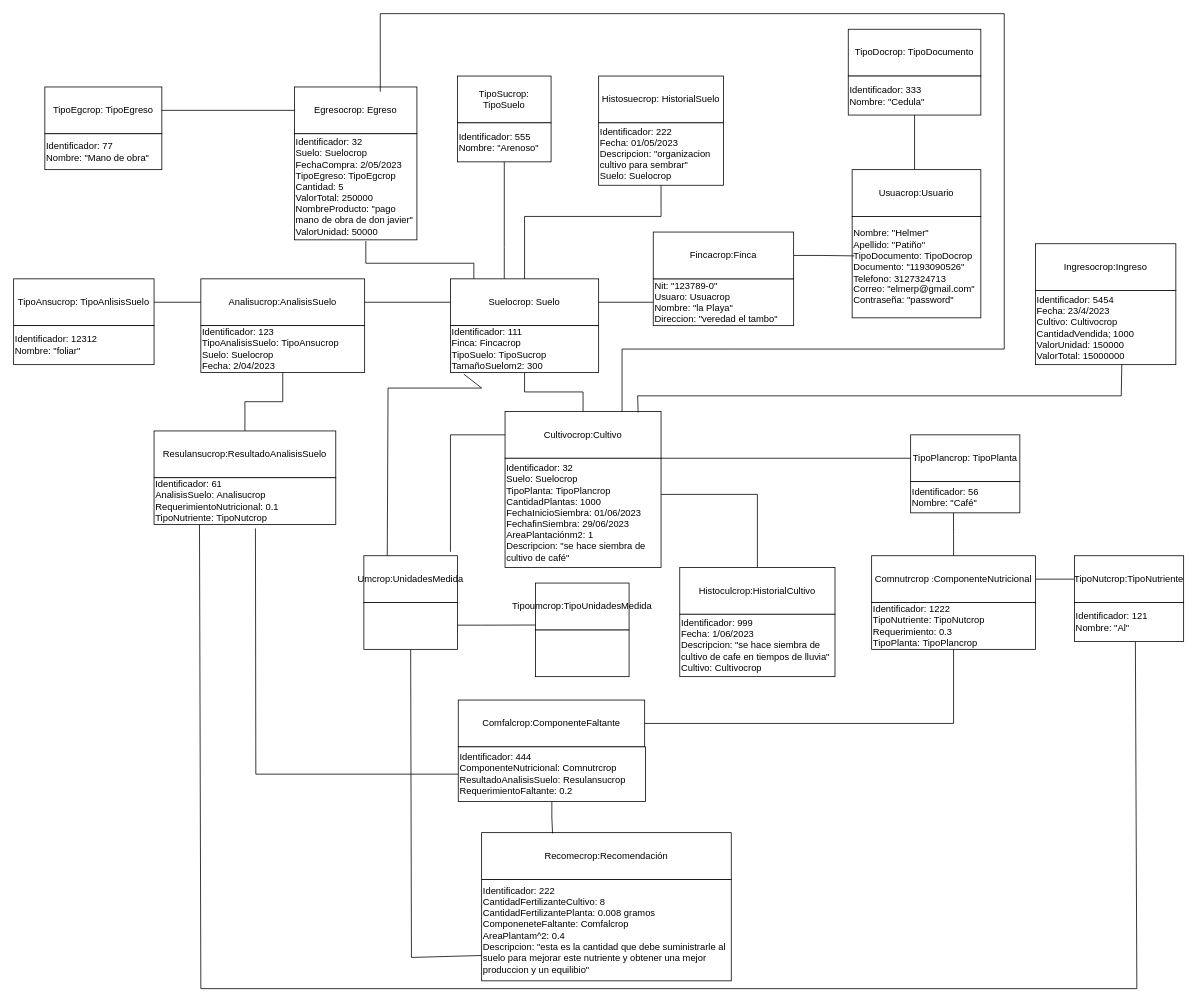
Earlier version of the draw.io diagram proyecto de clase cropscan/Diagrama de Objeto.drawio (1193090526alexander/IngenieriaDeSotwareII). Source tidied: cells renumbered, new cells numbered last; positions are measured from the earlier drawing's top-left corner, leaving out a move shared by most shapes. Both pictures are drawn from the tidied source at 78%, with x=0, y=0 at pixel (13, 13).
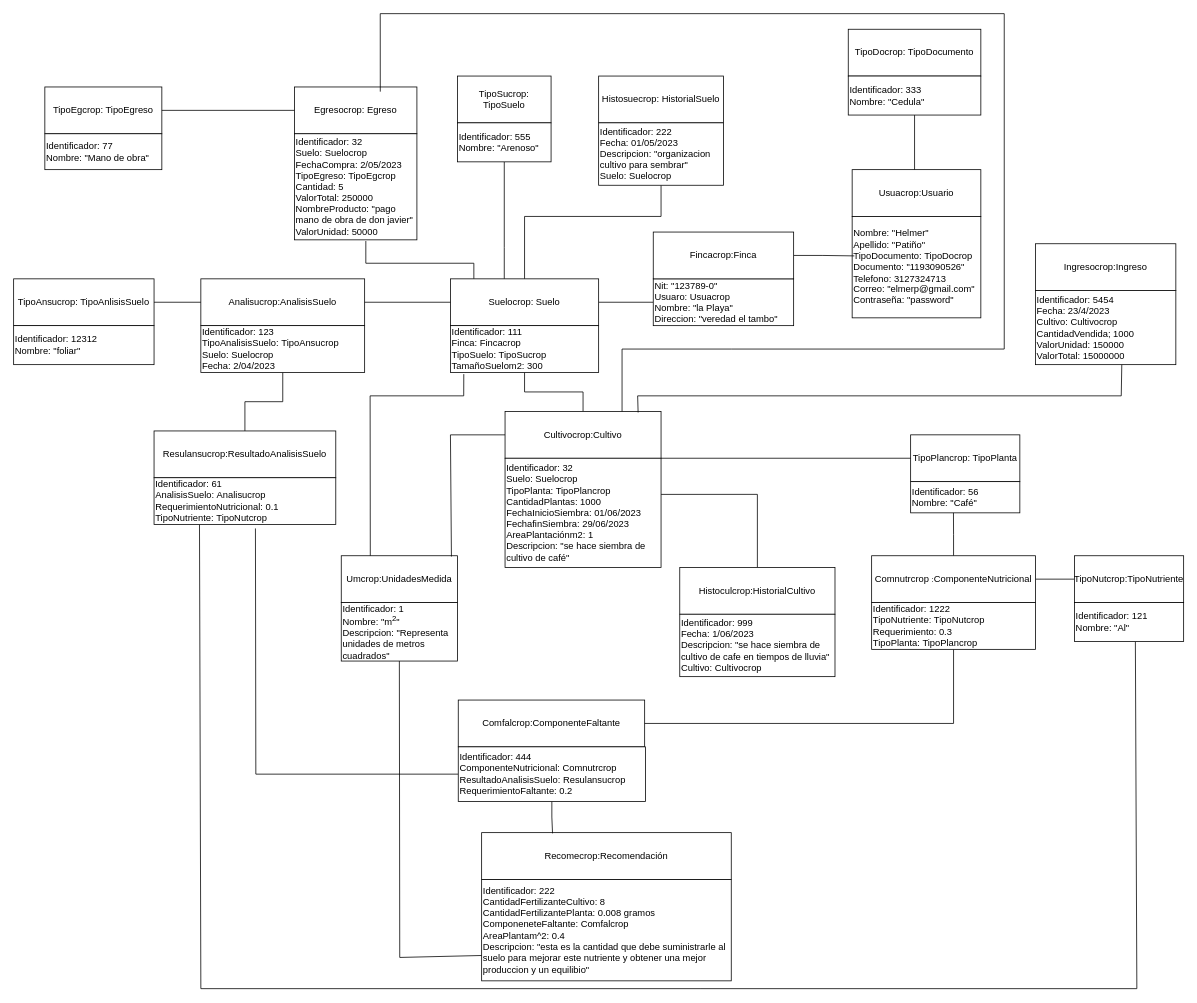
Above is the later version.

The change refers to these unchanged cells:
```xml
<mxCell id="11" value="Identificador: 222&lt;br&gt;CantidadFertilizanteCultivo: 8&lt;br&gt;CantidadFertilizantePlanta:&amp;nbsp;0.008 gramos&lt;br&gt;ComponeneteFaltante: Comfalcrop&lt;br&gt;AreaPlantam^2: 0.4&lt;br&gt;Descripcion: &quot;esta es la cantidad que debe suministrarle al suelo para mejorar este nutriente y obtener una mejor produccion y un equilibio&quot;" style="rounded=0;whiteSpace=wrap;html=1;align=left;" parent="1" vertex="1">
  <mxGeometry x="600" y="1110" width="320" height="130" as="geometry" />
</mxCell>
<mxCell id="13" value="Cultivocrop:Cultivo" style="rounded=0;whiteSpace=wrap;html=1;" parent="1" vertex="1">
  <mxGeometry x="630" y="510" width="200" height="60" as="geometry" />
</mxCell>
<mxCell id="58" value="Identificador: 111&lt;br&gt;Finca:&amp;nbsp;Fincacrop&lt;br&gt;TipoSuelo:&amp;nbsp;TipoSucrop&lt;br&gt;TamañoSuelom2: 300" style="rounded=0;whiteSpace=wrap;html=1;align=left;" parent="1" vertex="1">
  <mxGeometry x="560" y="400" width="190" height="60" as="geometry" />
</mxCell>
```

What changed in the source:
```diff
@@
     <mxCell id="39" value="Umcrop:UnidadesMedida" style="rounded=0;whiteSpace=wrap;html=1;" parent="1" vertex="1">
-      <mxGeometry x="449" y="695" width="120" height="60" as="geometry" />
+      <mxGeometry x="420" y="695" width="149" height="60" as="geometry" />
     </mxCell>
     <mxCell id="40" style="endArrow=none;html=1;rounded=0;exitX=0.25;exitY=0;exitDx=0;exitDy=0;entryX=0.09;entryY=1.036;entryDx=0;entryDy=0;entryPerimeter=0;" parent="1" edge="1" source="39" target="58">
       <mxGeometry relative="1" as="geometry">
         <Array as="points">
-          <mxPoint x="480" y="480" />
-          <mxPoint x="600" y="480" />
+          <mxPoint x="457" y="490" />
+          <mxPoint x="577" y="490" />
         </Array>
       </mxGeometry>
     </mxCell>
-    <mxCell id="41" style="endArrow=none;html=1;rounded=0;entryX=0;entryY=0.5;entryDx=0;entryDy=0;" parent="1" edge="1" target="13">
+    <mxCell id="41" style="endArrow=none;html=1;rounded=0;entryX=0;entryY=0.5;entryDx=0;entryDy=0;exitX=0.948;exitY=0.017;exitDx=0;exitDy=0;exitPerimeter=0;" parent="1" edge="1" source="39" target="13">
       <mxGeometry relative="1" as="geometry">
-        <mxPoint x="560" y="690" as="sourcePoint" />
         <Array as="points">
           <mxPoint x="560" y="540" />
         </Array>
       </mxGeometry>
     </mxCell>
     <mxCell id="42" style="endArrow=none;html=1;rounded=0;exitX=0;exitY=0.75;exitDx=0;exitDy=0;entryX=0.5;entryY=1;entryDx=0;entryDy=0;" parent="1" edge="1" source="11" target="47">
       <mxGeometry relative="1" as="geometry">
         <Array as="points">
-          <mxPoint x="510" y="1210" />
+          <mxPoint x="495" y="1210" />
         </Array>
       </mxGeometry>
     </mxCell>
-    <mxCell id="43" style="rounded=0;whiteSpace=wrap;html=1;" parent="1" vertex="1">
-      <mxGeometry x="669" y="790" width="120" height="60" as="geometry" />
-    </mxCell>
@@
-    <mxCell id="46" style="edgeStyle=orthogonalEdgeStyle;rounded=0;jettySize=auto;html=1;entryX=0.008;entryY=0.897;entryDx=0;entryDy=0;entryPerimeter=0;endArrow=none;endFill=0;" parent="1" edge="1" source="47" target="60">
-      <mxGeometry relative="1" as="geometry">
-        <Array as="points">
-          <mxPoint x="600" y="784" />
-          <mxPoint x="600" y="784" />
-        </Array>
-      </mxGeometry>
-    </mxCell>
-    <mxCell id="47" style="rounded=0;whiteSpace=wrap;html=1;" parent="1" vertex="1">
-      <mxGeometry x="449" y="755" width="120" height="60" as="geometry" />
+    <mxCell id="47" value="Identificador: 1&lt;br&gt;Nombre: &quot;m&lt;sup&gt;2&lt;/sup&gt;&quot;&lt;br&gt;Descripcion: &quot;Representa unidades de metros cuadrados&quot;" style="rounded=0;whiteSpace=wrap;html=1;align=left;" parent="1" vertex="1">
+      <mxGeometry x="420" y="755" width="149" height="75" as="geometry" />
     </mxCell>
@@
-    <mxCell id="60" value="Tipoumcrop:TipoUnidadesMedida" style="rounded=0;whiteSpace=wrap;html=1;" parent="1" vertex="1">
-      <mxGeometry x="669" y="730" width="120" height="60" as="geometry" />
-    </mxCell>
```
